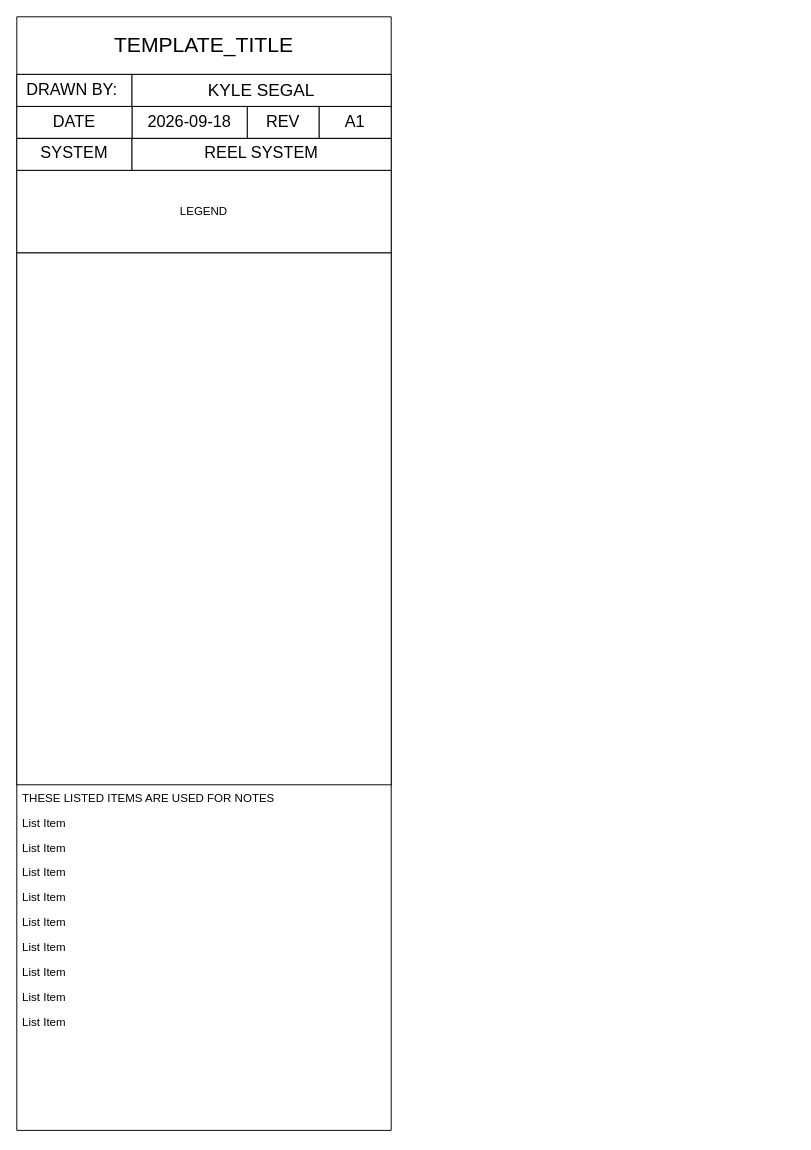
Tarsa-Robotics/Diagrams keeps this draw.io diagram as page "BACKGROUND/TEMPLATE" (1 of 5) of DOCUMENT_TEMPLATE_2026_09_18_REV_A1.drawio. Above is the earlier version. Source tidied: cells renumbered, new cells numbered last; positions are measured from the earlier drawing's top-left corner, leaving out a move shared by most shapes. Both pictures are drawn from the tidied source at 96%, with x=0, y=0 at pixel (16, 16).
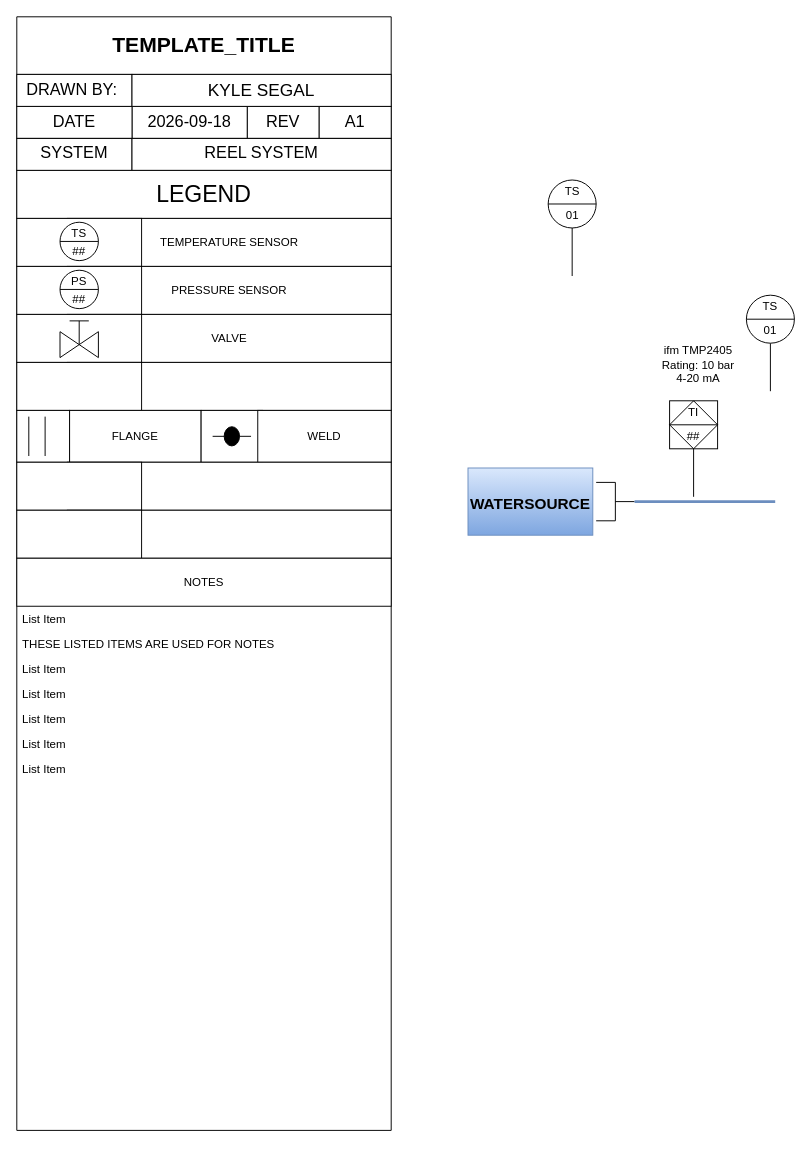
The same diagram, later.

What changed in the source:
```diff
@@
-    <mxCell id="2" value="TEMPLATE_TITLE" style="swimlane;fontStyle=0;horizontal=1;startSize=60;whiteSpace=wrap;html=1;fontSize=22;" parent="1" vertex="1">
+    <mxCell id="2" value="TEMPLATE_TITLE" style="swimlane;fontStyle=1;horizontal=1;startSize=60;whiteSpace=wrap;html=1;fontSize=22;" parent="1" vertex="1">
       <mxGeometry width="390" height="1160" as="geometry" />
     </mxCell>
@@
-    <mxCell id="12" style="group;" parent="2" vertex="1">
-      <mxGeometry y="160" width="390" height="640" as="geometry" />
-    </mxCell>
-    <mxCell id="13" style="rounded=0;whiteSpace=wrap;html=1;" parent="12" vertex="1">
-      <mxGeometry y="85.8" width="390" height="554.2" as="geometry" />
-    </mxCell>
-    <mxCell id="14" value="LEGEND" style="rounded=0;whiteSpace=wrap;html=1;" parent="12" vertex="1">
-      <mxGeometry width="390" height="85.8" as="geometry" />
+    <mxCell id="14" value="LEGEND" style="rounded=0;whiteSpace=wrap;html=1;fontSize=24;fontStyle=0;" parent="2" vertex="1">
+      <mxGeometry y="160" width="390" height="50" as="geometry" />
     </mxCell>
+    <mxCell id="26" style="group;" parent="2" vertex="1">
+      <mxGeometry y="210" width="390" height="50" as="geometry" />
+    </mxCell>
+    <mxCell id="27" value="TEMPERATURE SENSOR" style="whiteSpace=wrap;html=1;" parent="26" vertex="1">
+      <mxGeometry x="52.7" width="337.3" height="50" as="geometry" />
+    </mxCell>
+    <mxCell id="28" style="whiteSpace=wrap;html=1;" parent="26" vertex="1">
+      <mxGeometry width="130" height="50" as="geometry" />
+    </mxCell>
+    <mxCell id="29" style="group;" parent="26" vertex="1">
+      <mxGeometry x="35" y="1" width="60" height="49" as="geometry" />
+    </mxCell>
+    <mxCell id="30" style="ellipse;whiteSpace=wrap;html=1;" parent="29" vertex="1">
+      <mxGeometry x="10" y="3" width="40" height="40" as="geometry" />
+    </mxCell>
+    <mxCell id="31" style="edgeStyle=none;rounded=0;orthogonalLoop=1;jettySize=auto;html=1;exitX=0;exitY=0.5;exitDx=0;exitDy=0;entryX=1;entryY=0.5;entryDx=0;entryDy=0;endArrow=none;endFill=0;" parent="29" edge="1" source="30" target="30">
+      <mxGeometry relative="1" as="geometry" />
+    </mxCell>
+    <mxCell id="32" value="TS" style="text;html=1;whiteSpace=wrap;strokeColor=none;fillColor=none;align=center;verticalAlign=middle;rounded=0;" parent="29" vertex="1">
+      <mxGeometry width="60" height="30" as="geometry" />
+    </mxCell>
+    <mxCell id="33" value="##" style="text;html=1;whiteSpace=wrap;strokeColor=none;fillColor=none;align=center;verticalAlign=middle;rounded=0;" parent="29" vertex="1">
+      <mxGeometry y="19" width="60" height="30" as="geometry" />
+    </mxCell>
+    <mxCell id="34" style="group;" parent="2" vertex="1">
+      <mxGeometry y="260" width="390" height="150" as="geometry" />
+    </mxCell>
+    <mxCell id="35" style="group;" parent="34" vertex="1">
+      <mxGeometry width="390" height="50" as="geometry" />
+    </mxCell>
+    <mxCell id="36" value="PRESSURE SENSOR" style="whiteSpace=wrap;html=1;" parent="35" vertex="1">
+      <mxGeometry x="52.7" width="337.3" height="50" as="geometry" />
+    </mxCell>
+    <mxCell id="37" style="whiteSpace=wrap;html=1;" parent="35" vertex="1">
+      <mxGeometry width="130" height="50" as="geometry" />
+    </mxCell>
+    <mxCell id="38" style="group;" parent="35" vertex="1">
+      <mxGeometry x="35" y="1" width="60" height="49" as="geometry" />
+    </mxCell>
+    <mxCell id="39" style="ellipse;whiteSpace=wrap;html=1;" parent="38" vertex="1">
+      <mxGeometry x="10" y="3" width="40" height="40" as="geometry" />
+    </mxCell>
+    <mxCell id="40" style="edgeStyle=none;rounded=0;orthogonalLoop=1;jettySize=auto;html=1;exitX=0;exitY=0.5;exitDx=0;exitDy=0;entryX=1;entryY=0.5;entryDx=0;entryDy=0;endArrow=none;endFill=0;" parent="38" edge="1" source="39" target="39">
+      <mxGeometry relative="1" as="geometry" />
+    </mxCell>
+    <mxCell id="41" value="PS" style="text;html=1;whiteSpace=wrap;strokeColor=none;fillColor=none;align=center;verticalAlign=middle;rounded=0;" parent="38" vertex="1">
+      <mxGeometry width="60" height="30" as="geometry" />
+    </mxCell>
+    <mxCell id="42" value="##" style="text;html=1;whiteSpace=wrap;strokeColor=none;fillColor=none;align=center;verticalAlign=middle;rounded=0;" parent="38" vertex="1">
+      <mxGeometry y="19" width="60" height="30" as="geometry" />
+    </mxCell>
+    <mxCell id="43" style="group;" parent="34" vertex="1">
+      <mxGeometry y="50" width="390" height="50" as="geometry" />
+    </mxCell>
+    <mxCell id="44" value="VALVE" style="whiteSpace=wrap;html=1;" parent="43" vertex="1">
+      <mxGeometry x="52.7" width="337.3" height="50" as="geometry" />
+    </mxCell>
+    <mxCell id="45" style="whiteSpace=wrap;html=1;" parent="43" vertex="1">
+      <mxGeometry width="130" height="50" as="geometry" />
+    </mxCell>
+    <mxCell id="46" style="verticalLabelPosition=bottom;align=center;html=1;verticalAlign=top;dashed=0;shape=mxgraph.pid2valves.valve;valveType=gate;actuator=man;" parent="43" vertex="1">
+      <mxGeometry x="45" width="40" height="45" as="geometry" />
+    </mxCell>
+    <mxCell id="47" style="group;" parent="34" vertex="1">
+      <mxGeometry y="100" width="390" height="50" as="geometry" />
+    </mxCell>
+    <mxCell id="48" style="whiteSpace=wrap;html=1;" parent="47" vertex="1">
+      <mxGeometry x="52.7" width="337.3" height="50" as="geometry" />
+    </mxCell>
+    <mxCell id="49" style="whiteSpace=wrap;html=1;" parent="47" vertex="1">
+      <mxGeometry width="130" height="50" as="geometry" />
+    </mxCell>
+    <mxCell id="50" style="group;" parent="2" vertex="1">
+      <mxGeometry y="410" width="390" height="54" as="geometry" />
+    </mxCell>
+    <mxCell id="51" style="whiteSpace=wrap;html=1;" parent="50" vertex="1">
+      <mxGeometry width="55" height="54" as="geometry" />
+    </mxCell>
+    <mxCell id="52" style="verticalLabelPosition=bottom;align=center;dashed=0;html=1;verticalAlign=top;shape=mxgraph.pid.fittings.flanged_connection;" parent="50" vertex="1">
+      <mxGeometry x="12.5" y="6.5" width="17" height="41" as="geometry" />
+    </mxCell>
+    <mxCell id="53" value="FLANGE" style="whiteSpace=wrap;html=1;" parent="50" vertex="1">
+      <mxGeometry x="55" width="137" height="54" as="geometry" />
+    </mxCell>
+    <mxCell id="54" style="whiteSpace=wrap;html=1;" parent="50" vertex="1">
+      <mxGeometry x="192" width="64" height="54" as="geometry" />
+    </mxCell>
+    <mxCell id="55" value="WELD" style="whiteSpace=wrap;html=1;" parent="50" vertex="1">
+      <mxGeometry x="251" width="139" height="54" as="geometry" />
+    </mxCell>
+    <mxCell id="56" style="verticalLabelPosition=bottom;align=center;dashed=0;html=1;verticalAlign=top;shape=mxgraph.pid.piping.welded_connection2;" parent="50" vertex="1">
+      <mxGeometry x="204" y="17" width="40" height="20" as="geometry" />
+    </mxCell>
+    <mxCell id="57" style="group;" parent="2" vertex="1">
+      <mxGeometry y="464" width="390" height="50" as="geometry" />
+    </mxCell>
+    <mxCell id="58" style="whiteSpace=wrap;html=1;" parent="57" vertex="1">
+      <mxGeometry x="52.7" width="337.3" height="50" as="geometry" />
+    </mxCell>
+    <mxCell id="59" style="whiteSpace=wrap;html=1;" parent="57" vertex="1">
+      <mxGeometry width="130" height="50" as="geometry" />
+    </mxCell>
+    <mxCell id="60" style="group;" parent="2" vertex="1">
+      <mxGeometry y="514" width="390" height="50" as="geometry" />
+    </mxCell>
+    <mxCell id="61" style="whiteSpace=wrap;html=1;" parent="60" vertex="1">
+      <mxGeometry x="52.7" width="337.3" height="50" as="geometry" />
+    </mxCell>
+    <mxCell id="62" style="whiteSpace=wrap;html=1;" parent="60" vertex="1">
+      <mxGeometry width="130" height="50" as="geometry" />
+    </mxCell>
+    <mxCell id="63" value="NOTES" style="rounded=0;whiteSpace=wrap;html=1;" parent="2" vertex="1">
+      <mxGeometry y="564" width="390" height="50" as="geometry" />
+    </mxCell>
+    <mxCell id="17" value="List Item" style="text;strokeColor=none;fillColor=none;align=left;verticalAlign=top;spacingLeft=4;spacingRight=4;overflow=hidden;whiteSpace=wrap;html=1;" parent="2" vertex="1">
+      <mxGeometry y="614" width="390" height="26" as="geometry" />
+    </mxCell>
     <mxCell id="15" value="THESE LISTED ITEMS ARE USED FOR NOTES" style="text;strokeColor=none;fillColor=none;align=left;verticalAlign=top;spacingLeft=4;spacingRight=4;overflow=hidden;whiteSpace=wrap;html=1;" parent="2" vertex="1">
-      <mxGeometry y="800" width="390" height="26" as="geometry" />
+      <mxGeometry y="640" width="390" height="26" as="geometry" />
     </mxCell>
-    <mxCell id="16" value="List Item" style="text;strokeColor=none;fillColor=none;align=left;verticalAlign=top;spacingLeft=4;spacingRight=4;overflow=hidden;whiteSpace=wrap;html=1;" parent="2" vertex="1">
-      <mxGeometry y="826" width="390" height="26" as="geometry" />
-    </mxCell>
-    <mxCell id="17" value="List Item" style="text;strokeColor=none;fillColor=none;align=left;verticalAlign=top;spacingLeft=4;spacingRight=4;overflow=hidden;whiteSpace=wrap;html=1;" parent="2" vertex="1">
-      <mxGeometry y="852" width="390" height="26" as="geometry" />
-    </mxCell>
     <mxCell id="18" value="List Item" style="text;strokeColor=none;fillColor=none;align=left;verticalAlign=top;spacingLeft=4;spacingRight=4;overflow=hidden;whiteSpace=wrap;html=1;" parent="2" vertex="1">
-      <mxGeometry y="878" width="390" height="26" as="geometry" />
+      <mxGeometry y="666" width="390" height="26" as="geometry" />
     </mxCell>
     <mxCell id="19" value="List Item" style="text;strokeColor=none;fillColor=none;align=left;verticalAlign=top;spacingLeft=4;spacingRight=4;overflow=hidden;whiteSpace=wrap;html=1;" parent="2" vertex="1">
-      <mxGeometry y="904" width="390" height="26" as="geometry" />
+      <mxGeometry y="692" width="390" height="26" as="geometry" />
     </mxCell>
+    <mxCell id="16" value="List Item" style="text;strokeColor=none;fillColor=none;align=left;verticalAlign=top;spacingLeft=4;spacingRight=4;overflow=hidden;whiteSpace=wrap;html=1;" parent="2" vertex="1">
+      <mxGeometry y="718" width="390" height="26" as="geometry" />
+    </mxCell>
     <mxCell id="20" value="List Item" style="text;strokeColor=none;fillColor=none;align=left;verticalAlign=top;spacingLeft=4;spacingRight=4;overflow=hidden;whiteSpace=wrap;html=1;" parent="2" vertex="1">
-      <mxGeometry y="930" width="390" height="26" as="geometry" />
+      <mxGeometry y="744" width="390" height="26" as="geometry" />
     </mxCell>
     <mxCell id="21" value="List Item" style="text;strokeColor=none;fillColor=none;align=left;verticalAlign=top;spacingLeft=4;spacingRight=4;overflow=hidden;whiteSpace=wrap;html=1;" parent="2" vertex="1">
-      <mxGeometry y="956" width="390" height="26" as="geometry" />
+      <mxGeometry y="770" width="390" height="390" as="geometry" />
     </mxCell>
-    <mxCell id="22" value="List Item" style="text;strokeColor=none;fillColor=none;align=left;verticalAlign=top;spacingLeft=4;spacingRight=4;overflow=hidden;whiteSpace=wrap;html=1;" parent="2" vertex="1">
-      <mxGeometry y="982" width="390" height="26" as="geometry" />
-    </mxCell>
-    <mxCell id="23" value="List Item" style="text;strokeColor=none;fillColor=none;align=left;verticalAlign=top;spacingLeft=4;spacingRight=4;overflow=hidden;whiteSpace=wrap;html=1;" parent="2" vertex="1">
-      <mxGeometry y="1008" width="390" height="26" as="geometry" />
-    </mxCell>
-    <mxCell id="24" value="List Item" style="text;strokeColor=none;fillColor=none;align=left;verticalAlign=top;spacingLeft=4;spacingRight=4;overflow=hidden;whiteSpace=wrap;html=1;" parent="2" vertex="1">
-      <mxGeometry y="1034" width="390" height="26" as="geometry" />
-    </mxCell>
-    <mxCell id="25" value="&lt;div&gt;&lt;br&gt;&lt;/div&gt;" style="text;strokeColor=none;fillColor=none;align=left;verticalAlign=middle;spacingLeft=4;spacingRight=4;overflow=hidden;whiteSpace=wrap;html=1;miterlimit=4;" parent="2" vertex="1">
-      <mxGeometry y="1060" width="390" height="100" as="geometry" />
-    </mxCell>
+    <mxCell id="64" value="&lt;table cellpadding=&quot;0&quot; cellspacing=&quot;0&quot; style=&quot;font-size:1em;width:100%;height:100%;&quot;&gt;&lt;tbody&gt;&lt;tr&gt;&lt;td align=&quot;center&quot; height=&quot;25&quot;&gt;TS&lt;/td&gt;&lt;/tr&gt;&lt;tr&gt;&lt;td align=&quot;center&quot; height=&quot;25&quot;&gt;01&lt;/td&gt;&lt;/tr&gt;&lt;tr&gt;&lt;td align=&quot;center&quot; valign=&quot;bottom&quot;&gt;&lt;/td&gt;&lt;/tr&gt;&lt;/tbody&gt;&lt;/table&gt;" style="html=1;align=center;dashed=0;shape=mxgraph.pid2inst.indicator;mounting=room;overflow=fill;indType=inst;" parent="1" vertex="1">
+      <mxGeometry x="553.5" y="170" width="50" height="100" as="geometry" />
+    </mxCell>
+    <mxCell id="65" value="&lt;div&gt;&lt;br&gt;&lt;/div&gt;ifm TMP2405&lt;div&gt;Rating: 10 bar&lt;/div&gt;&lt;div&gt;4-20 mA&lt;/div&gt;" style="text;html=1;whiteSpace=wrap;strokeColor=none;fillColor=none;align=center;verticalAlign=middle;rounded=0;fontSize=12;" parent="1" vertex="1">
+      <mxGeometry x="650" y="340" width="120" height="30" as="geometry" />
+    </mxCell>
+    <mxCell id="66" value="&lt;h1&gt;&lt;font style=&quot;font-size: 16px;&quot;&gt;WATERSOURCE&lt;/font&gt;&lt;/h1&gt;" style="rounded=0;whiteSpace=wrap;html=1;fillColor=#dae8fc;gradientColor=#7ea6e0;strokeColor=#6c8ebf;" parent="1" vertex="1">
+      <mxGeometry x="470" y="470" width="130" height="70" as="geometry" />
+    </mxCell>
+    <mxCell id="67" style="verticalLabelPosition=bottom;align=center;dashed=0;html=1;verticalAlign=top;shape=mxgraph.pid.piping.hose_connection;rotation=-180;" parent="1" vertex="1">
+      <mxGeometry x="603.5" y="485" width="40" height="40" as="geometry" />
+    </mxCell>
+    <mxCell id="68" style="edgeStyle=none;rounded=0;jettySize=auto;html=1;entryX=0;entryY=0.65;entryDx=0;entryDy=0;entryPerimeter=0;strokeWidth=3;endArrow=none;endFill=0;fontColor=none;noLabel=1;fillColor=#dae8fc;gradientColor=#7ea6e0;strokeColor=#6c8ebf;" parent="1" edge="1" source="67">
+      <mxGeometry relative="1" as="geometry">
+        <mxPoint x="790" y="505" as="targetPoint" />
+      </mxGeometry>
+    </mxCell>
+    <mxCell id="69" value="&lt;table cellpadding=&quot;0&quot; cellspacing=&quot;0&quot; style=&quot;font-size:1em;width:100%;height:100%;&quot;&gt;&lt;tbody&gt;&lt;tr&gt;&lt;td align=&quot;center&quot; height=&quot;25&quot;&gt;TS&lt;/td&gt;&lt;/tr&gt;&lt;tr&gt;&lt;td align=&quot;center&quot; height=&quot;25&quot;&gt;01&lt;/td&gt;&lt;/tr&gt;&lt;tr&gt;&lt;td align=&quot;center&quot; valign=&quot;bottom&quot;&gt;&lt;/td&gt;&lt;/tr&gt;&lt;/tbody&gt;&lt;/table&gt;" style="html=1;align=center;dashed=0;shape=mxgraph.pid2inst.indicator;mounting=room;overflow=fill;indType=inst;" parent="1" vertex="1">
+      <mxGeometry x="760" y="290" width="50" height="100" as="geometry" />
+    </mxCell>
+    <mxCell id="70" value="&lt;table cellpadding=&quot;0&quot; cellspacing=&quot;0&quot; style=&quot;font-size:1em;width:100%;height:100%;&quot;&gt;&lt;tr&gt;&lt;td align=&quot;center&quot; height=&quot;25&quot;&gt;TI&lt;/td&gt;&lt;/tr&gt;&lt;tr&gt;&lt;td align=&quot;center&quot; height=&quot;25&quot;&gt;##&lt;/td&gt;&lt;/tr&gt;&lt;tr&gt;&lt;td align=&quot;center&quot; valign=&quot;bottom&quot;&gt;&lt;/td&gt;&lt;/tr&gt;&lt;/table&gt;" style="html=1;align=center;dashed=0;shape=mxgraph.pid2inst.indicator;mounting=room;overflow=fill;indType=plc;" parent="1" vertex="1">
+      <mxGeometry x="680" y="400" width="50" height="100" as="geometry" />
+    </mxCell>
```
